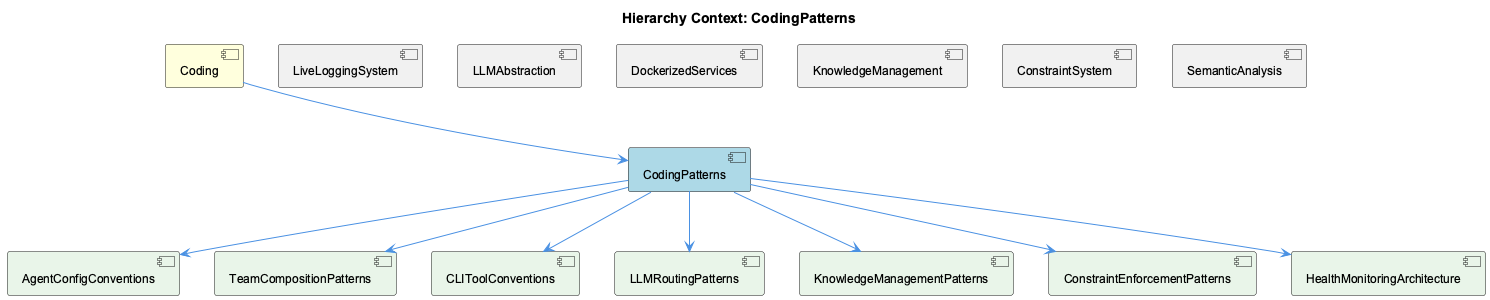
Before: knowledge-management/insights/images/coding-patterns-relationship.png, a diagram exported from PlantUML (fwornle/coding).
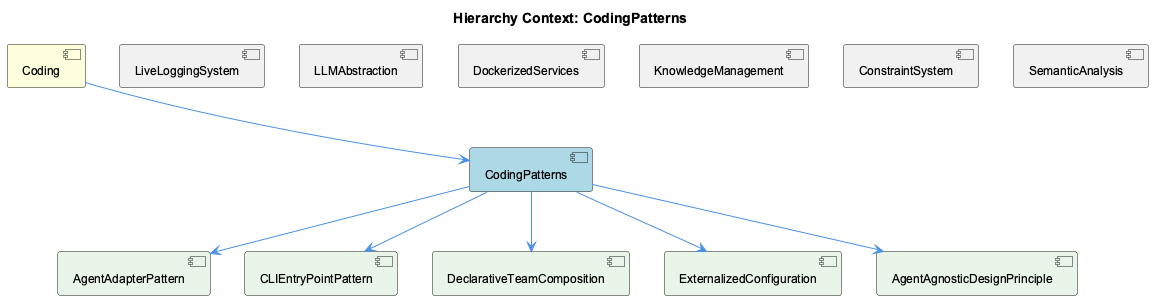
After the change.

Diff of the diagram source:
```diff
@@ -11,13 +11,11 @@
 [KnowledgeManagement] as knowledge_management #F0F0F0
 [ConstraintSystem] as constraint_system #F0F0F0
 [SemanticAnalysis] as semantic_analysis #F0F0F0
-[AgentConfigConventions] as agent_config_conventions #E8F5E8
-[TeamCompositionPatterns] as team_composition_patterns #E8F5E8
-[CLIToolConventions] as clitool_conventions #E8F5E8
-[LLMRoutingPatterns] as llmrouting_patterns #E8F5E8
-[KnowledgeManagementPatterns] as knowledge_management_patterns #E8F5E8
-[ConstraintEnforcementPatterns] as constraint_enforcement_patterns #E8F5E8
-[HealthMonitoringArchitecture] as health_monitoring_architecture #E8F5E8
+[AgentAdapterPattern] as agent_adapter_pattern #E8F5E8
+[CLIEntryPointPattern] as clientry_point_pattern #E8F5E8
+[DeclarativeTeamComposition] as declarative_team_composition #E8F5E8
+[ExternalizedConfiguration] as externalized_configuration #E8F5E8
+[AgentAgnosticDesignPrinciple] as agent_agnostic_design_principle #E8F5E8
 
 coding --> coding_patterns
 live_logging_system -[hidden]- coding_patterns
@@ -26,12 +24,10 @@
 knowledge_management -[hidden]- coding_patterns
 constraint_system -[hidden]- coding_patterns
 semantic_analysis -[hidden]- coding_patterns
-coding_patterns --> agent_config_conventions
-coding_patterns --> team_composition_patterns
-coding_patterns --> clitool_conventions
-coding_patterns --> llmrouting_patterns
-coding_patterns --> knowledge_management_patterns
-coding_patterns --> constraint_enforcement_patterns
-coding_patterns --> health_monitoring_architecture
+coding_patterns --> agent_adapter_pattern
+coding_patterns --> clientry_point_pattern
+coding_patterns --> declarative_team_composition
+coding_patterns --> externalized_configuration
+coding_patterns --> agent_agnostic_design_principle
 
 @enduml
```
